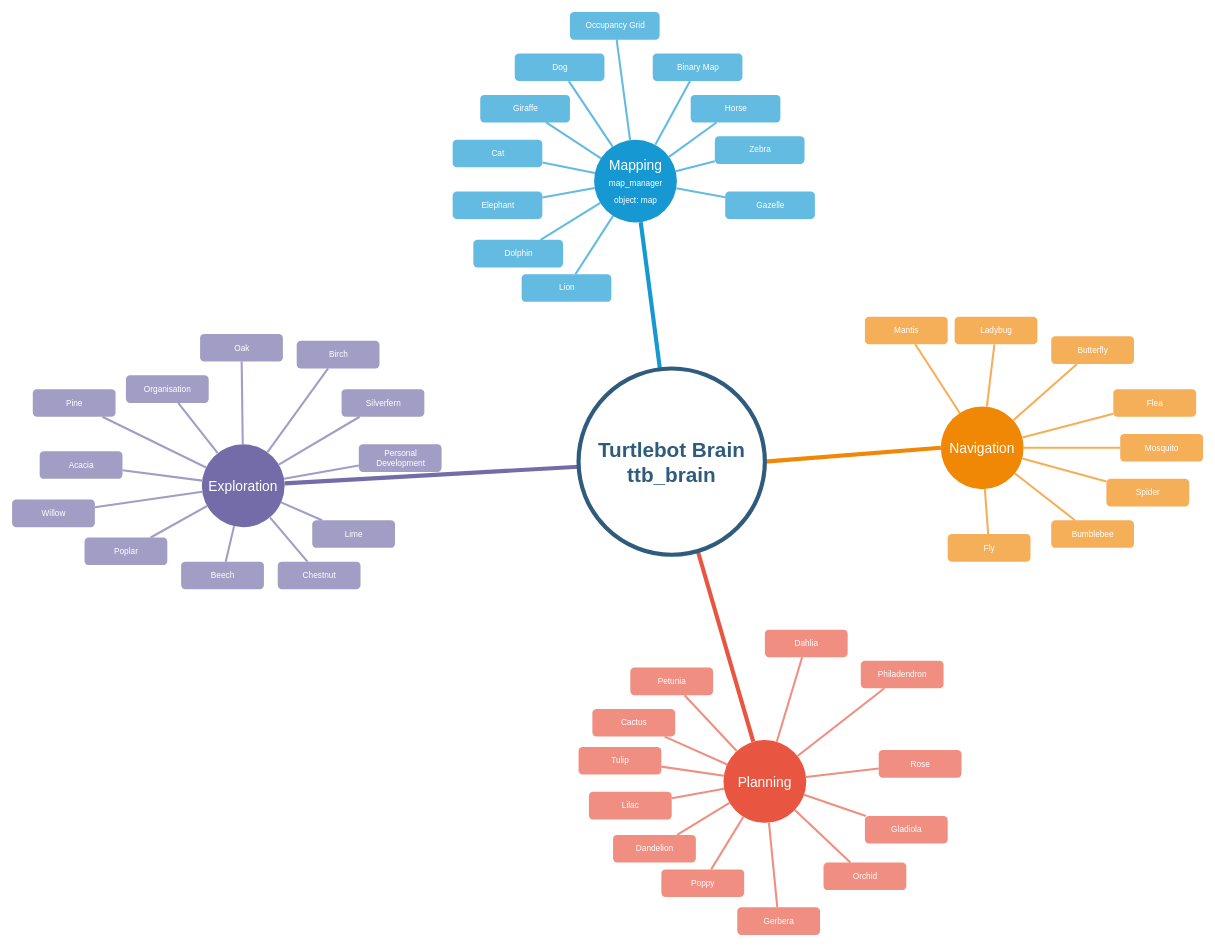
This is assets/Untitled Diagram.drawio from pariaspe/ttb-slam, a draw.io file, before an edit. Source tidied: cells renumbered, new cells numbered last; positions are measured from the earlier drawing's top-left corner, leaving out a move shared by most shapes. Both pictures are drawn from the tidied source at 69%, with x=0, y=0 at pixel (12, 12).
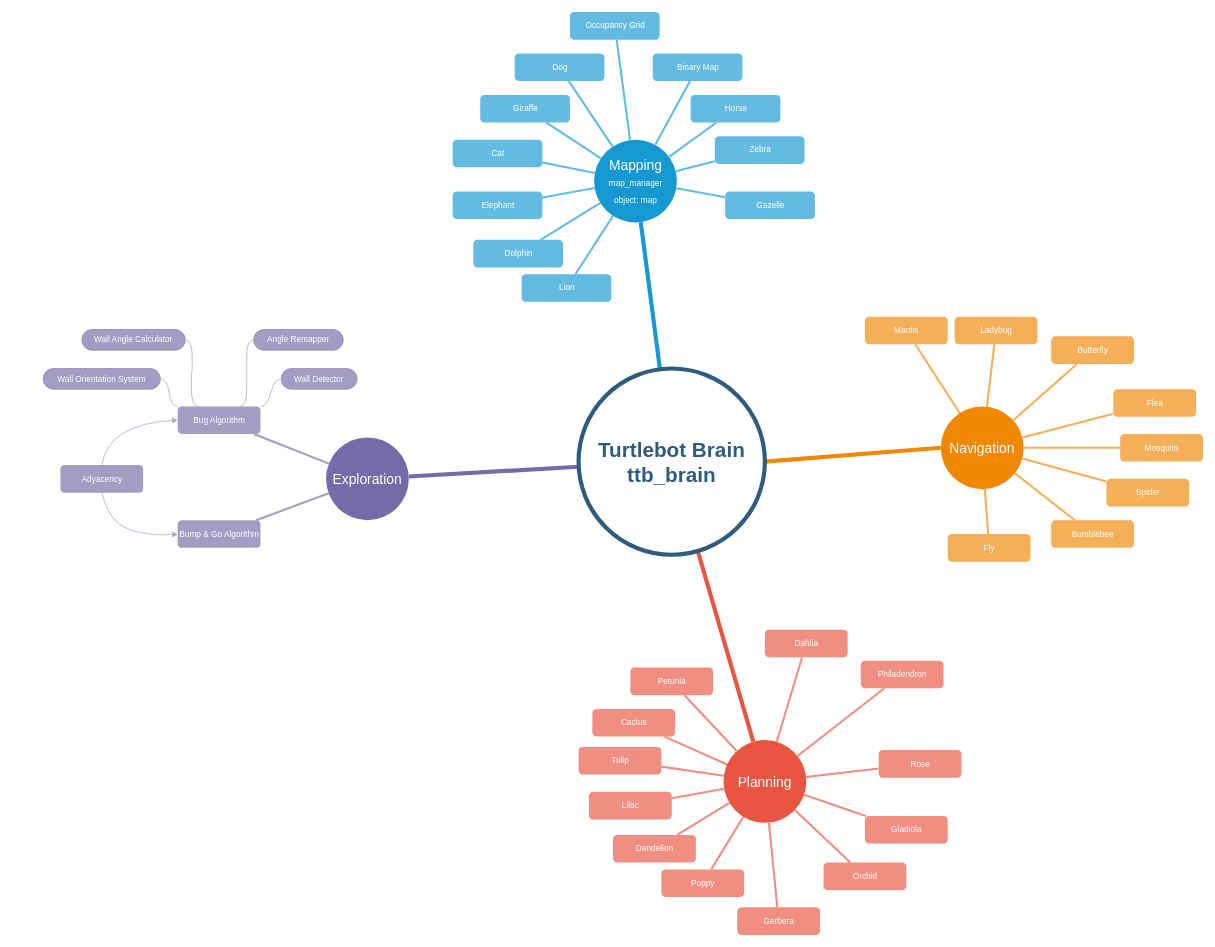
Above is the later version.

Change to the diagram source:
```diff
@@
+    <mxCell id="98" value="&lt;font color=&quot;#ffffff&quot;&gt;Wall Angle Calculator&lt;/font&gt;" style="whiteSpace=wrap;html=1;rounded=1;arcSize=50;align=center;verticalAlign=middle;strokeWidth=1;spacing=4;newEdgeStyle={&quot;edgeStyle&quot;:&quot;entityRelationEdgeStyle&quot;,&quot;startArrow&quot;:&quot;none&quot;,&quot;endArrow&quot;:&quot;none&quot;,&quot;segment&quot;:10,&quot;curved&quot;:1};direction=west;strokeColor=#9673a6;fillColor=#a29dc5;" parent="1" vertex="1">
+      <mxGeometry x="101" y="460" width="150" height="30" as="geometry" />
+    </mxCell>
+    <mxCell id="99" style="edgeStyle=entityRelationEdgeStyle;startArrow=none;endArrow=none;segment=10;curved=1;entryX=0;entryY=0.5;entryDx=0;entryDy=0;exitX=0.25;exitY=0;exitDx=0;exitDy=0;fillColor=#e1d5e7;strokeColor=#a29dc5;" parent="1" edge="1" source="85" target="98">
+      <mxGeometry relative="1" as="geometry" />
+    </mxCell>
@@
     <mxCell id="72" value="Exploration" style="ellipse;whiteSpace=wrap;html=1;shadow=0;fontFamily=Helvetica;fontSize=20;fontColor=#FFFFFF;align=center;strokeWidth=3;fillColor=#736ca8;strokeColor=none;" parent="1" vertex="1">
-      <mxGeometry x="275" y="626.5" width="120" height="120" as="geometry" />
+      <mxGeometry x="455" y="616.5" width="120" height="120" as="geometry" />
     </mxCell>
-    <mxCell id="73" value="Organisation" style="rounded=1;fillColor=#a29dc5;strokeColor=none;strokeWidth=3;shadow=0;html=1;fontColor=#FFFFFF;" parent="1" vertex="1">
-      <mxGeometry x="165" y="526.5" width="120" height="40" as="geometry" />
-    </mxCell>
-    <mxCell id="74" value="Oak" style="rounded=1;fillColor=#a29dc5;strokeColor=none;strokeWidth=3;shadow=0;html=1;fontColor=#FFFFFF;" parent="1" vertex="1">
-      <mxGeometry x="272.5" y="466.5" width="120" height="40" as="geometry" />
-    </mxCell>
-    <mxCell id="75" value="Birch" style="rounded=1;fillColor=#a29dc5;strokeColor=none;strokeWidth=3;shadow=0;html=1;fontColor=#FFFFFF;" parent="1" vertex="1">
-      <mxGeometry x="412.5" y="476.5" width="120" height="40" as="geometry" />
-    </mxCell>
-    <mxCell id="76" value="Silverfern" style="rounded=1;fillColor=#a29dc5;strokeColor=none;strokeWidth=3;shadow=0;html=1;fontColor=#FFFFFF;" parent="1" vertex="1">
-      <mxGeometry x="477.5" y="546.5" width="120" height="40" as="geometry" />
-    </mxCell>
-    <mxCell id="77" value="Personal &#10;Development" style="rounded=1;fillColor=#a29dc5;strokeColor=none;strokeWidth=3;shadow=0;html=1;fontColor=#FFFFFF;" parent="1" vertex="1">
-      <mxGeometry x="502.5" y="626.5" width="120" height="40" as="geometry" />
-    </mxCell>
-    <mxCell id="78" value="Pine" style="rounded=1;fillColor=#a29dc5;strokeColor=none;strokeWidth=3;shadow=0;html=1;fontColor=#FFFFFF;" parent="1" vertex="1">
-      <mxGeometry x="30" y="546.5" width="120" height="40" as="geometry" />
-    </mxCell>
-    <mxCell id="79" value="Lime" style="rounded=1;fillColor=#a29dc5;strokeColor=none;strokeWidth=3;shadow=0;html=1;fontColor=#FFFFFF;" parent="1" vertex="1">
-      <mxGeometry x="435" y="736.5" width="120" height="40" as="geometry" />
-    </mxCell>
-    <mxCell id="80" value="Chestnut" style="rounded=1;fillColor=#a29dc5;strokeColor=none;strokeWidth=3;shadow=0;html=1;fontColor=#FFFFFF;" parent="1" vertex="1">
-      <mxGeometry x="385" y="796.5" width="120" height="40" as="geometry" />
-    </mxCell>
-    <mxCell id="81" value="Beech" style="rounded=1;fillColor=#a29dc5;strokeColor=none;strokeWidth=3;shadow=0;html=1;fontColor=#FFFFFF;" parent="1" vertex="1">
-      <mxGeometry x="245" y="796.5" width="120" height="40" as="geometry" />
-    </mxCell>
-    <mxCell id="82" value="Poplar" style="rounded=1;fillColor=#a29dc5;strokeColor=none;strokeWidth=3;shadow=0;html=1;fontColor=#FFFFFF;" parent="1" vertex="1">
-      <mxGeometry x="105" y="761.5" width="120" height="40" as="geometry" />
+    <mxCell id="82" value="Adyacency" style="rounded=1;fillColor=#a29dc5;strokeColor=none;strokeWidth=3;shadow=0;html=1;fontColor=#FFFFFF;" parent="1" vertex="1">
+      <mxGeometry x="70" y="656.5" width="120" height="40" as="geometry" />
     </mxCell>
-    <mxCell id="83" value="Willow" style="rounded=1;fillColor=#a29dc5;strokeColor=none;strokeWidth=3;shadow=0;html=1;fontColor=#FFFFFF;" parent="1" vertex="1">
-      <mxGeometry y="706.5" width="120" height="40" as="geometry" />
+    <mxCell id="83" value="Bump &amp;amp; Go Algorithm" style="rounded=1;fillColor=#a29dc5;strokeColor=none;strokeWidth=3;shadow=0;html=1;fontColor=#FFFFFF;" parent="1" vertex="1">
+      <mxGeometry x="240" y="736.5" width="120" height="40" as="geometry" />
     </mxCell>
-    <mxCell id="84" style="edgeStyle=none;endArrow=none;strokeWidth=3;strokeColor=#A29DC5;html=1;" parent="1" edge="1" source="72" target="73">
-      <mxGeometry x="-1395" y="-238.5" as="geometry" />
-    </mxCell>
-    <mxCell id="85" value="Acacia" style="rounded=1;fillColor=#a29dc5;strokeColor=none;strokeWidth=3;shadow=0;html=1;fontColor=#FFFFFF;" parent="1" vertex="1">
-      <mxGeometry x="40" y="636.5" width="120" height="40" as="geometry" />
+    <mxCell id="85" value="Bug Algorithm" style="rounded=1;fillColor=#a29dc5;strokeColor=none;strokeWidth=3;shadow=0;html=1;fontColor=#FFFFFF;" parent="1" vertex="1">
+      <mxGeometry x="240" y="571.5" width="120" height="40" as="geometry" />
     </mxCell>
-    <mxCell id="86" style="edgeStyle=none;endArrow=none;strokeWidth=3;strokeColor=#A29DC5;html=1;" parent="1" edge="1" source="72" target="74">
-      <mxGeometry x="-1395" y="-238.5" as="geometry" />
-    </mxCell>
-    <mxCell id="87" style="edgeStyle=none;endArrow=none;strokeWidth=3;strokeColor=#A29DC5;html=1;" parent="1" edge="1" source="72" target="75">
-      <mxGeometry x="-1395" y="-238.5" as="geometry" />
-    </mxCell>
-    <mxCell id="88" style="edgeStyle=none;endArrow=none;strokeWidth=3;strokeColor=#A29DC5;html=1;" parent="1" edge="1" source="72" target="76">
-      <mxGeometry x="-1395" y="-238.5" as="geometry" />
-    </mxCell>
-    <mxCell id="89" style="edgeStyle=none;endArrow=none;strokeWidth=3;strokeColor=#A29DC5;html=1;" parent="1" edge="1" source="72" target="77">
-      <mxGeometry x="-1395" y="-238.5" as="geometry" />
-    </mxCell>
-    <mxCell id="90" style="edgeStyle=none;endArrow=none;strokeWidth=3;strokeColor=#A29DC5;html=1;" parent="1" edge="1" source="72" target="78">
-      <mxGeometry x="-1395" y="-238.5" as="geometry" />
-    </mxCell>
-    <mxCell id="91" style="edgeStyle=none;endArrow=none;strokeWidth=3;strokeColor=#A29DC5;html=1;" parent="1" edge="1" source="72" target="79">
-      <mxGeometry x="-1395" y="-238.5" as="geometry" />
-    </mxCell>
-    <mxCell id="92" style="edgeStyle=none;endArrow=none;strokeWidth=3;strokeColor=#A29DC5;html=1;" parent="1" edge="1" source="72" target="80">
-      <mxGeometry x="-1395" y="-238.5" as="geometry" />
-    </mxCell>
-    <mxCell id="93" style="edgeStyle=none;endArrow=none;strokeWidth=3;strokeColor=#A29DC5;html=1;" parent="1" edge="1" source="72" target="81">
-      <mxGeometry x="-1395" y="-238.5" as="geometry" />
-    </mxCell>
-    <mxCell id="94" style="edgeStyle=none;endArrow=none;strokeWidth=3;strokeColor=#A29DC5;html=1;" parent="1" edge="1" source="72" target="82">
-      <mxGeometry x="-1395" y="-238.5" as="geometry" />
-    </mxCell>
     <mxCell id="95" style="edgeStyle=none;endArrow=none;strokeWidth=3;strokeColor=#A29DC5;html=1;" parent="1" edge="1" source="72" target="83">
-      <mxGeometry x="-1395" y="-238.5" as="geometry" />
+      <mxGeometry x="-1215" y="-248.5" as="geometry" />
     </mxCell>
     <mxCell id="96" style="edgeStyle=none;endArrow=none;strokeWidth=3;strokeColor=#A29DC5;html=1;" parent="1" edge="1" source="72" target="85">
-      <mxGeometry x="-1395" y="-238.5" as="geometry" />
+      <mxGeometry x="-1215" y="-248.5" as="geometry" />
     </mxCell>
@@
+    <mxCell id="100" style="curved=1;endArrow=classic;html=1;exitX=0.5;exitY=0;exitDx=0;exitDy=0;entryX=0;entryY=0.5;entryDx=0;entryDy=0;fillColor=#e1d5e7;strokeColor=#a29dc5;" parent="1" edge="1" source="82" target="85">
+      <mxGeometry relative="1" as="geometry">
+        <Array as="points">
+          <mxPoint x="140" y="596.5" />
+        </Array>
+      </mxGeometry>
+    </mxCell>
+    <mxCell id="101" style="curved=1;endArrow=classic;html=1;exitX=0.5;exitY=1;exitDx=0;exitDy=0;entryX=0;entryY=0.5;entryDx=0;entryDy=0;fillColor=#e1d5e7;strokeColor=#a29dc5;" parent="1" edge="1" source="82" target="83">
+      <mxGeometry relative="1" as="geometry">
+        <Array as="points">
+          <mxPoint x="140" y="740" />
+          <mxPoint x="200" y="760" />
+        </Array>
+      </mxGeometry>
+    </mxCell>
+    <mxCell id="102" value="&lt;font color=&quot;#ffffff&quot;&gt;Wall Detector&lt;/font&gt;" style="whiteSpace=wrap;html=1;rounded=1;arcSize=50;align=center;verticalAlign=middle;strokeWidth=1;spacing=4;newEdgeStyle={&quot;edgeStyle&quot;:&quot;entityRelationEdgeStyle&quot;,&quot;startArrow&quot;:&quot;none&quot;,&quot;endArrow&quot;:&quot;none&quot;,&quot;segment&quot;:10,&quot;curved&quot;:1};strokeColor=#9673a6;fillColor=#a29dc5;" parent="1" vertex="1">
+      <mxGeometry x="390" y="516.5" width="110" height="30" as="geometry" />
+    </mxCell>
+    <mxCell id="103" style="edgeStyle=entityRelationEdgeStyle;startArrow=none;endArrow=none;segment=10;curved=1;exitX=1;exitY=0;exitDx=0;exitDy=0;fillColor=#e1d5e7;strokeColor=#a29dc5;" parent="1" edge="1" source="85" target="102">
+      <mxGeometry relative="1" as="geometry" />
+    </mxCell>
+    <mxCell id="104" value="&lt;font color=&quot;#ffffff&quot;&gt;Angle Remapper&lt;/font&gt;" style="whiteSpace=wrap;html=1;rounded=1;arcSize=50;align=center;verticalAlign=middle;strokeWidth=1;spacing=4;newEdgeStyle={&quot;edgeStyle&quot;:&quot;entityRelationEdgeStyle&quot;,&quot;startArrow&quot;:&quot;none&quot;,&quot;endArrow&quot;:&quot;none&quot;,&quot;segment&quot;:10,&quot;curved&quot;:1};strokeColor=#9673a6;fillColor=#a29dc5;" parent="1" vertex="1">
+      <mxGeometry x="350" y="460" width="130" height="30" as="geometry" />
+    </mxCell>
+    <mxCell id="105" style="edgeStyle=entityRelationEdgeStyle;startArrow=none;endArrow=none;segment=10;curved=1;exitX=0.75;exitY=0;exitDx=0;exitDy=0;fillColor=#e1d5e7;strokeColor=#a29dc5;" parent="1" edge="1" source="85" target="104">
+      <mxGeometry relative="1" as="geometry" />
+    </mxCell>
+    <mxCell id="106" value="&lt;font color=&quot;#ffffff&quot;&gt;Wall Orientation System&lt;/font&gt;" style="whiteSpace=wrap;html=1;rounded=1;arcSize=50;align=center;verticalAlign=middle;strokeWidth=1;spacing=4;newEdgeStyle={&quot;edgeStyle&quot;:&quot;entityRelationEdgeStyle&quot;,&quot;startArrow&quot;:&quot;none&quot;,&quot;endArrow&quot;:&quot;none&quot;,&quot;segment&quot;:10,&quot;curved&quot;:1};direction=west;strokeColor=#9673a6;fillColor=#a29dc5;" parent="1" vertex="1">
+      <mxGeometry x="45" y="516.5" width="170" height="30" as="geometry" />
+    </mxCell>
+    <mxCell id="107" style="edgeStyle=entityRelationEdgeStyle;startArrow=none;endArrow=none;segment=10;curved=1;entryX=0;entryY=0.5;entryDx=0;entryDy=0;exitX=0;exitY=0;exitDx=0;exitDy=0;fillColor=#e1d5e7;strokeColor=#a29dc5;" parent="1" edge="1" source="85" target="106">
+      <mxGeometry relative="1" as="geometry" />
+    </mxCell>
```
